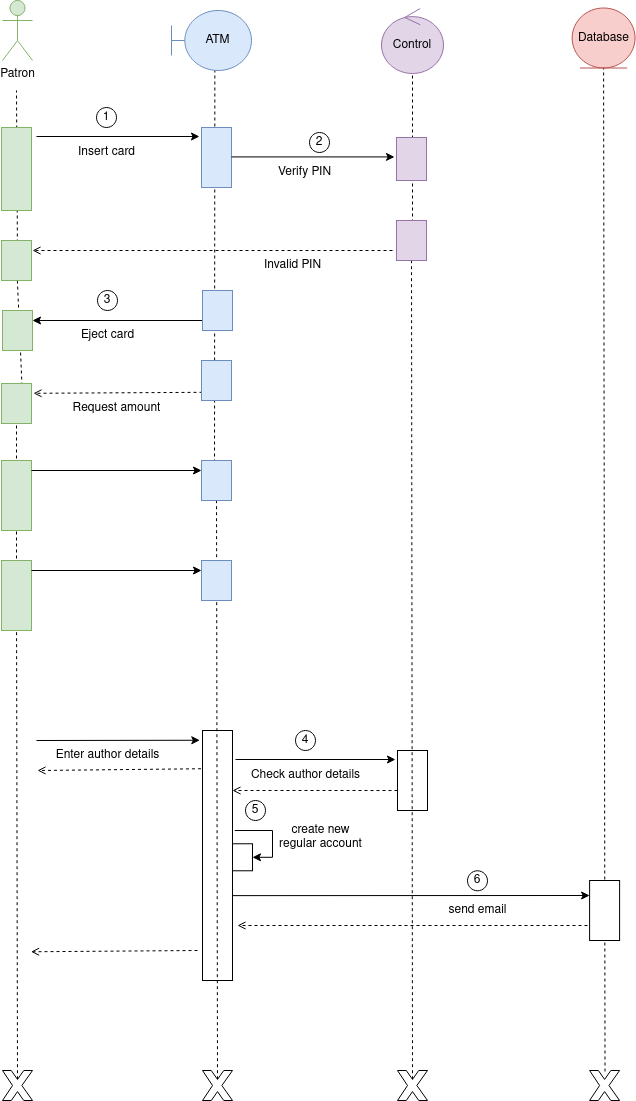
Above: diagramas/Diagrama de secuencia cajero automatico.png in Chugani05/entorno_de_desarrollo (draw.io), before the change. Source tidied: cells renumbered, new cells last; positions are measured from the earlier drawing's top-left corner, leaving out a move shared by most shapes.
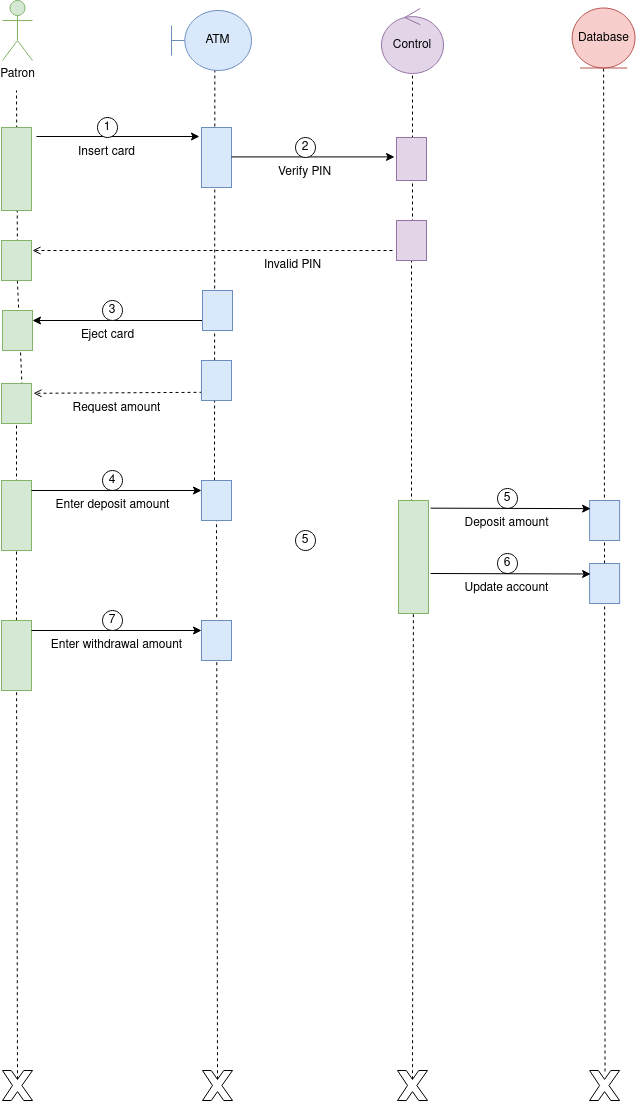
After the change.

Diff of the diagram source:
```diff
@@ -11,7 +11,7 @@
       </mxGeometry>
     </mxCell>
     <mxCell id="4" value="1" style="ellipse;whiteSpace=wrap;html=1;" parent="1" vertex="1">
-      <mxGeometry x="95" y="107" width="20" height="20" as="geometry" />
+      <mxGeometry x="96" y="117" width="20" height="20" as="geometry" />
     </mxCell>
     <mxCell id="5" value="Eject card" style="text;html=1;align=center;verticalAlign=middle;strokeColor=none;fillColor=none;" parent="1" vertex="1">
       <mxGeometry x="66" y="320" width="80" height="30" as="geometry" />
@@ -28,57 +28,16 @@
       </mxGeometry>
     </mxCell>
     <mxCell id="8" value="3" style="ellipse;whiteSpace=wrap;html=1;" parent="1" vertex="1">
-      <mxGeometry x="96" y="290" width="20" height="20" as="geometry" />
+      <mxGeometry x="101" y="300" width="20" height="20" as="geometry" />
     </mxCell>
-    <mxCell id="9" value="Enter author details" style="text;html=1;align=center;verticalAlign=middle;strokeColor=none;fillColor=none;" parent="1" vertex="1">
-      <mxGeometry x="41" y="740" width="130" height="30" as="geometry" />
-    </mxCell>
-    <mxCell id="10" style="endArrow=classic;html=1;rounded=0;exitX=0.038;exitY=-0.133;exitDx=0;exitDy=0;exitPerimeter=0;entryX=0.039;entryY=1.09;entryDx=0;entryDy=0;entryPerimeter=0;" parent="1" edge="1" target="24">
-      <mxGeometry relative="1" as="geometry">
-        <mxPoint x="35" y="740" as="sourcePoint" />
-      </mxGeometry>
-    </mxCell>
-    <mxCell id="11" style="endArrow=open;dashed=1;html=1;rounded=0;endFill=0;exitX=0.153;exitY=1.051;exitDx=0;exitDy=0;exitPerimeter=0;" parent="1" edge="1" source="24">
-      <mxGeometry relative="1" as="geometry">
-        <mxPoint x="36" y="770" as="targetPoint" />
-      </mxGeometry>
-    </mxCell>
-    <mxCell id="12" value="Check author details" style="text;html=1;align=center;verticalAlign=middle;strokeColor=none;fillColor=none;" parent="1" vertex="1">
-      <mxGeometry x="239" y="760" width="130" height="30" as="geometry" />
-    </mxCell>
-    <mxCell id="13" style="endArrow=classic;html=1;rounded=0;entryX=0.15;entryY=1.067;entryDx=0;entryDy=0;entryPerimeter=0;" parent="1" edge="1" target="37">
-      <mxGeometry relative="1" as="geometry">
-        <mxPoint x="234" y="759" as="sourcePoint" />
-      </mxGeometry>
-    </mxCell>
-    <mxCell id="14" style="endArrow=open;dashed=1;html=1;rounded=0;endFill=0;exitX=0.667;exitY=1;exitDx=0;exitDy=0;exitPerimeter=0;entryX=0.121;entryY=-0.063;entryDx=0;entryDy=0;entryPerimeter=0;" parent="1" edge="1" source="37">
-      <mxGeometry relative="1" as="geometry">
-        <mxPoint x="231" y="790" as="targetPoint" />
-      </mxGeometry>
-    </mxCell>
     <mxCell id="15" value="4" style="ellipse;whiteSpace=wrap;html=1;" parent="1" vertex="1">
-      <mxGeometry x="294" y="730" width="20" height="20" as="geometry" />
+      <mxGeometry x="101" y="470" width="20" height="20" as="geometry" />
     </mxCell>
-    <mxCell id="16" style="edgeStyle=orthogonalEdgeStyle;rounded=0;jettySize=auto;html=1;exitX=1;exitY=0.5;exitDx=0;exitDy=0;entryX=0.542;entryY=-0.078;entryDx=0;entryDy=0;entryPerimeter=0;startArrow=classic;startFill=1;endArrow=none;endFill=0;" parent="1" edge="1" source="17">
-      <mxGeometry relative="1" as="geometry">
-        <mxPoint x="233.3" y="830" as="targetPoint" />
-        <Array as="points">
-          <mxPoint x="271" y="857.3" />
-          <mxPoint x="271" y="830.3" />
-        </Array>
-      </mxGeometry>
-    </mxCell>
-    <mxCell id="17" style="rounded=0;whiteSpace=wrap;html=1;" parent="1" vertex="1">
-      <mxGeometry x="231" y="843.3" width="20" height="27" as="geometry" />
-    </mxCell>
     <mxCell id="18" value="5" style="ellipse;whiteSpace=wrap;html=1;" parent="1" vertex="1">
-      <mxGeometry x="244" y="800" width="20" height="20" as="geometry" />
+      <mxGeometry x="496" y="488" width="20" height="20" as="geometry" />
     </mxCell>
-    <mxCell id="19" value="&lt;div&gt;create new&lt;/div&gt;&lt;div&gt;regular account&lt;/div&gt;" style="text;html=1;align=center;verticalAlign=middle;strokeColor=none;fillColor=none;" parent="1" vertex="1">
-      <mxGeometry x="264" y="817" width="110" height="40" as="geometry" />
-    </mxCell>
     <mxCell id="20" value="6" style="ellipse;whiteSpace=wrap;html=1;" parent="1" vertex="1">
-      <mxGeometry x="466" y="870.3" width="20" height="20" as="geometry" />
+      <mxGeometry x="496" y="553" width="20" height="20" as="geometry" />
     </mxCell>
     <mxCell id="21" style="verticalLabelPosition=bottom;verticalAlign=top;html=1;shape=mxgraph.basic.x;" parent="1" vertex="1">
       <mxGeometry x="201" y="1070" width="30" height="30" as="geometry" />
@@ -91,9 +50,6 @@
         <mxPoint x="213" y="480" as="sourcePoint" />
       </mxGeometry>
     </mxCell>
-    <mxCell id="24" style="rounded=0;whiteSpace=wrap;html=1;direction=south;gradientColor=none;fillColor=default;horizontal=1;verticalAlign=top;labelPosition=left;verticalLabelPosition=top;align=right;" parent="1" vertex="1">
-      <mxGeometry x="201" y="730" width="30" height="250" as="geometry" />
-    </mxCell>
     <mxCell id="25" style="rounded=0;whiteSpace=wrap;html=1;direction=south;verticalAlign=top;fillColor=#dae8fc;strokeColor=#6c8ebf;" parent="1" vertex="1">
       <mxGeometry x="200" y="127" width="30" height="60" as="geometry" />
     </mxCell>
@@ -106,11 +62,6 @@
     <mxCell id="27" style="rounded=0;whiteSpace=wrap;html=1;direction=south;fillColor=#d5e8d4;strokeColor=#82b366;" parent="1" vertex="1">
       <mxGeometry y="127" width="30" height="83" as="geometry" />
     </mxCell>
-    <mxCell id="28" style="endArrow=classic;html=1;rounded=0;entryX=0.25;entryY=1;entryDx=0;entryDy=0;startArrow=none;startFill=0;endFill=1;exitX=0.946;exitY=0.07;exitDx=0;exitDy=0;exitPerimeter=0;" parent="1" edge="1" target="36">
-      <mxGeometry relative="1" as="geometry">
-        <mxPoint x="231" y="895.1" as="sourcePoint" />
-      </mxGeometry>
-    </mxCell>
     <mxCell id="29" style="verticalLabelPosition=bottom;verticalAlign=top;html=1;shape=mxgraph.basic.x;" parent="1" vertex="1">
       <mxGeometry x="396" y="1070" width="30" height="30" as="geometry" />
     </mxCell>
@@ -122,30 +73,9 @@
         <mxPoint x="411" y="240" as="sourcePoint" />
       </mxGeometry>
     </mxCell>
-    <mxCell id="32" value="send email" style="text;html=1;align=center;verticalAlign=middle;strokeColor=none;fillColor=none;" parent="1" vertex="1">
-      <mxGeometry x="436" y="895" width="80" height="30" as="geometry" />
-    </mxCell>
-    <mxCell id="33" style="endArrow=open;dashed=1;html=1;rounded=0;endFill=0;" parent="1" edge="1">
-      <mxGeometry relative="1" as="geometry">
-        <mxPoint x="586" y="925" as="sourcePoint" />
-        <mxPoint x="236" y="925" as="targetPoint" />
-      </mxGeometry>
-    </mxCell>
-    <mxCell id="34" style="endArrow=open;dashed=1;html=1;rounded=0;endFill=0;entryX=0.837;entryY=0.049;entryDx=0;entryDy=0;entryPerimeter=0;" parent="1" edge="1">
-      <mxGeometry relative="1" as="geometry">
-        <mxPoint x="196" y="950" as="sourcePoint" />
-        <mxPoint x="29.5" y="951.3" as="targetPoint" />
-      </mxGeometry>
-    </mxCell>
-    <mxCell id="35" style="endArrow=none;dashed=1;html=1;rounded=0;entryX=0.5;entryY=1;entryDx=0;entryDy=0;exitX=0.514;exitY=0.033;exitDx=0;exitDy=0;exitPerimeter=0;" parent="1" edge="1" source="30" target="39">
+    <mxCell id="35" style="endArrow=none;dashed=1;html=1;rounded=0;entryX=0.5;entryY=1;entryDx=0;entryDy=0;" parent="1" edge="1" source="73" target="39">
       <mxGeometry relative="1" as="geometry" />
     </mxCell>
-    <mxCell id="36" style="rounded=0;whiteSpace=wrap;html=1;direction=south;" parent="1" vertex="1">
-      <mxGeometry x="588.1" y="880" width="30" height="60" as="geometry" />
-    </mxCell>
-    <mxCell id="37" style="rounded=0;whiteSpace=wrap;html=1;direction=south;" parent="1" vertex="1">
-      <mxGeometry x="396" y="750" width="30" height="60" as="geometry" />
-    </mxCell>
     <mxCell id="38" value="Control" style="ellipse;shape=umlControl;whiteSpace=wrap;html=1;fillColor=#e1d5e7;strokeColor=#9673a6;" parent="1" vertex="1">
       <mxGeometry x="380" y="8" width="62" height="65" as="geometry" />
     </mxCell>
@@ -168,7 +98,7 @@
       </mxGeometry>
     </mxCell>
     <mxCell id="44" value="2" style="ellipse;whiteSpace=wrap;html=1;" parent="1" vertex="1">
-      <mxGeometry x="308" y="132" width="20" height="20" as="geometry" />
+      <mxGeometry x="294" y="137" width="20" height="20" as="geometry" />
     </mxCell>
     <mxCell id="45" value="Verify PIN" style="text;html=1;align=center;verticalAlign=middle;strokeColor=none;fillColor=none;" parent="1" vertex="1">
       <mxGeometry x="263" y="157" width="80" height="30" as="geometry" />
@@ -179,8 +109,10 @@
         <mxPoint x="31" y="250" as="targetPoint" />
       </mxGeometry>
     </mxCell>
-    <mxCell id="47" style="endArrow=none;dashed=1;html=1;rounded=0;exitX=0.5;exitY=0.29;exitDx=0;exitDy=0;exitPerimeter=0;" parent="1" edge="1" source="29" target="48">
-      <mxGeometry relative="1" as="geometry" />
+    <mxCell id="47" style="endArrow=none;dashed=1;html=1;rounded=0;" parent="1" edge="1" target="48">
+      <mxGeometry relative="1" as="geometry">
+        <mxPoint x="410" y="520" as="sourcePoint" />
+      </mxGeometry>
     </mxCell>
     <mxCell id="48" style="rounded=0;whiteSpace=wrap;html=1;direction=south;verticalAlign=top;fillColor=#e1d5e7;strokeColor=#9673a6;" parent="1" vertex="1">
       <mxGeometry x="395" y="220" width="30" height="40" as="geometry" />
@@ -219,35 +151,80 @@
     </mxCell>
     <mxCell id="59" style="endArrow=none;dashed=1;html=1;rounded=0;" parent="1" edge="1" target="60">
       <mxGeometry relative="1" as="geometry">
-        <mxPoint x="15" y="600" as="sourcePoint" />
+        <mxPoint x="15" y="620" as="sourcePoint" />
       </mxGeometry>
     </mxCell>
     <mxCell id="60" style="rounded=0;whiteSpace=wrap;html=1;direction=south;verticalAlign=top;fillColor=#d5e8d4;strokeColor=#82b366;" parent="1" vertex="1">
-      <mxGeometry y="460" width="30" height="70" as="geometry" />
+      <mxGeometry y="480" width="30" height="70" as="geometry" />
     </mxCell>
     <mxCell id="61" style="rounded=0;whiteSpace=wrap;html=1;direction=south;verticalAlign=top;fillColor=#d5e8d4;strokeColor=#82b366;" parent="1" vertex="1">
-      <mxGeometry y="560" width="30" height="70" as="geometry" />
+      <mxGeometry y="620" width="30" height="70" as="geometry" />
     </mxCell>
     <mxCell id="62" style="endArrow=none;dashed=1;html=1;rounded=0;exitX=0.5;exitY=0.29;exitDx=0;exitDy=0;exitPerimeter=0;verticalAlign=bottom;" parent="1" edge="1" source="21" target="63">
       <mxGeometry relative="1" as="geometry" />
     </mxCell>
     <mxCell id="63" style="rounded=0;whiteSpace=wrap;html=1;direction=south;verticalAlign=top;fillColor=#dae8fc;strokeColor=#6c8ebf;" parent="1" vertex="1">
-      <mxGeometry x="200" y="460" width="30" height="40" as="geometry" />
+      <mxGeometry x="200" y="480" width="30" height="40" as="geometry" />
     </mxCell>
     <mxCell id="64" style="rounded=0;whiteSpace=wrap;html=1;direction=south;verticalAlign=top;fillColor=#dae8fc;strokeColor=#6c8ebf;" parent="1" vertex="1">
-      <mxGeometry x="200" y="560" width="30" height="40" as="geometry" />
+      <mxGeometry x="200" y="620" width="30" height="40" as="geometry" />
     </mxCell>
     <mxCell id="65" style="endArrow=classic;html=1;rounded=0;exitX=0.25;exitY=0;exitDx=0;exitDy=0;entryX=0.15;entryY=1.067;entryDx=0;entryDy=0;entryPerimeter=0;endFill=1;startArrow=none;startFill=0;" parent="1" edge="1">
       <mxGeometry relative="1" as="geometry">
-        <mxPoint x="30" y="470" as="sourcePoint" />
-        <mxPoint x="200" y="470" as="targetPoint" />
+        <mxPoint x="30" y="490" as="sourcePoint" />
+        <mxPoint x="200" y="490" as="targetPoint" />
       </mxGeometry>
     </mxCell>
     <mxCell id="66" style="endArrow=classic;html=1;rounded=0;exitX=0.25;exitY=0;exitDx=0;exitDy=0;entryX=0.15;entryY=1.067;entryDx=0;entryDy=0;entryPerimeter=0;endFill=1;startArrow=none;startFill=0;" parent="1" edge="1">
       <mxGeometry relative="1" as="geometry">
-        <mxPoint x="30" y="570" as="sourcePoint" />
-        <mxPoint x="200" y="570" as="targetPoint" />
+        <mxPoint x="30" y="630" as="sourcePoint" />
+        <mxPoint x="200" y="630" as="targetPoint" />
       </mxGeometry>
     </mxCell>
+    <mxCell id="67" value="Enter deposit amount" style="text;html=1;align=center;verticalAlign=middle;strokeColor=none;fillColor=none;" parent="1" vertex="1">
+      <mxGeometry x="41" y="490" width="140" height="30" as="geometry" />
+    </mxCell>
+    <mxCell id="68" value="Enter withdrawal amount" style="text;html=1;align=center;verticalAlign=middle;strokeColor=none;fillColor=none;" parent="1" vertex="1">
+      <mxGeometry x="40" y="630" width="150" height="30" as="geometry" />
+    </mxCell>
+    <mxCell id="69" style="endArrow=none;dashed=1;html=1;rounded=0;exitX=0.5;exitY=0.29;exitDx=0;exitDy=0;exitPerimeter=0;" parent="1" edge="1" source="29" target="70">
+      <mxGeometry relative="1" as="geometry" />
+    </mxCell>
+    <mxCell id="70" style="rounded=0;whiteSpace=wrap;html=1;direction=south;fillColor=#d5e8d4;strokeColor=#82b366;" parent="1" vertex="1">
+      <mxGeometry x="397" y="500" width="30" height="113" as="geometry" />
+    </mxCell>
+    <mxCell id="71" style="rounded=0;whiteSpace=wrap;html=1;direction=south;verticalAlign=top;fillColor=#dae8fc;strokeColor=#6c8ebf;" parent="1" vertex="1">
+      <mxGeometry x="588.1" y="500" width="30" height="40" as="geometry" />
+    </mxCell>
+    <mxCell id="72" style="endArrow=none;dashed=1;html=1;rounded=0;exitX=0.514;exitY=0.033;exitDx=0;exitDy=0;exitPerimeter=0;" parent="1" edge="1" source="30" target="73">
+      <mxGeometry relative="1" as="geometry" />
+    </mxCell>
+    <mxCell id="73" style="rounded=0;whiteSpace=wrap;html=1;direction=south;verticalAlign=top;fillColor=#dae8fc;strokeColor=#6c8ebf;" parent="1" vertex="1">
+      <mxGeometry x="588.1" y="563" width="30" height="40" as="geometry" />
+    </mxCell>
+    <mxCell id="74" style="endArrow=classic;html=1;rounded=0;exitX=0.25;exitY=0;exitDx=0;exitDy=0;endFill=1;startArrow=none;startFill=0;" parent="1" edge="1">
+      <mxGeometry relative="1" as="geometry">
+        <mxPoint x="429.1" y="507.7" as="sourcePoint" />
+        <mxPoint x="589.1" y="508.2" as="targetPoint" />
+      </mxGeometry>
+    </mxCell>
+    <mxCell id="75" style="endArrow=classic;html=1;rounded=0;exitX=0.25;exitY=0;exitDx=0;exitDy=0;endFill=1;startArrow=none;startFill=0;" parent="1" edge="1">
+      <mxGeometry relative="1" as="geometry">
+        <mxPoint x="429.1" y="573" as="sourcePoint" />
+        <mxPoint x="589.1" y="573.5" as="targetPoint" />
+      </mxGeometry>
+    </mxCell>
+    <mxCell id="76" value="Deposit amount" style="text;html=1;align=center;verticalAlign=middle;strokeColor=none;fillColor=none;" parent="1" vertex="1">
+      <mxGeometry x="450" y="508" width="110" height="30" as="geometry" />
+    </mxCell>
+    <mxCell id="77" value="Update account" style="text;html=1;align=center;verticalAlign=middle;strokeColor=none;fillColor=none;" parent="1" vertex="1">
+      <mxGeometry x="450" y="573" width="110" height="30" as="geometry" />
+    </mxCell>
+    <mxCell id="78" value="5" style="ellipse;whiteSpace=wrap;html=1;" parent="1" vertex="1">
+      <mxGeometry x="294" y="530" width="20" height="20" as="geometry" />
+    </mxCell>
+    <mxCell id="79" value="7" style="ellipse;whiteSpace=wrap;html=1;" parent="1" vertex="1">
+      <mxGeometry x="101" y="610" width="20" height="20" as="geometry" />
+    </mxCell>
   </root>
 </mxGraphModel>
```
